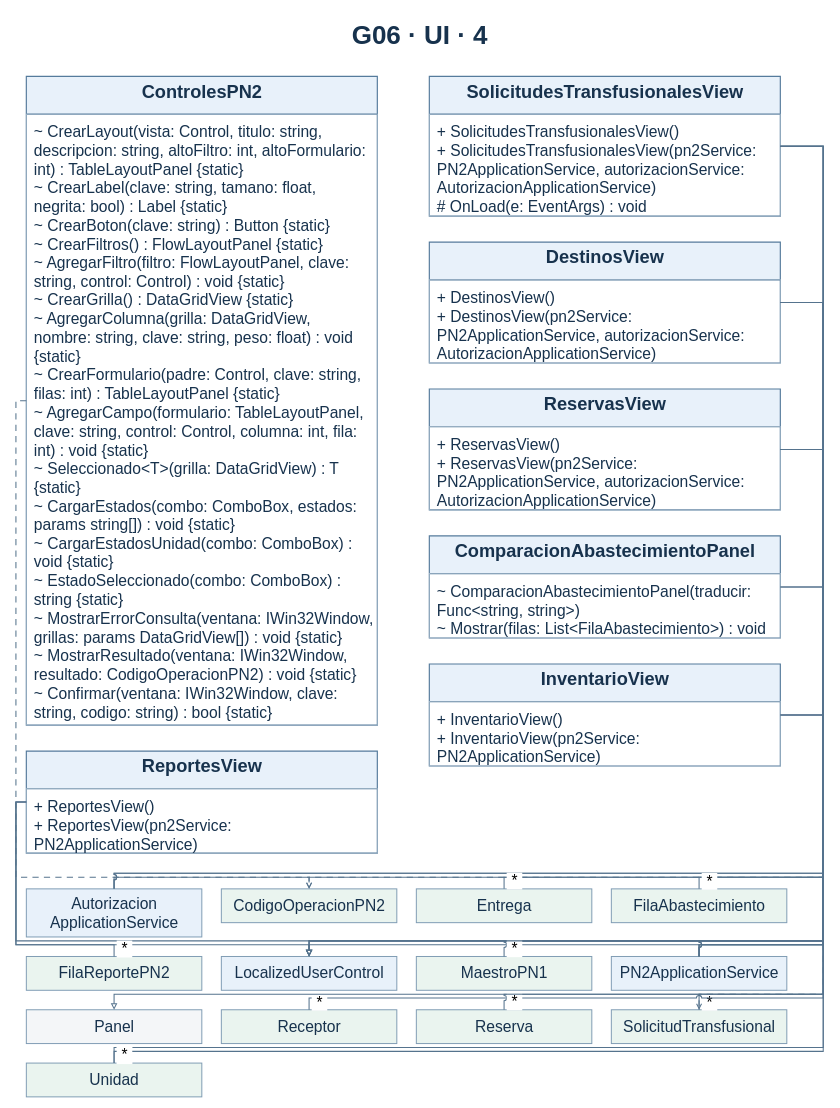
This is page "UI 4" (5 of 29) of Diagramas/Arquitectura/G06 - Clases completas por capa.drawio from juanNH/Ingenieria-de-Software, a draw.io file, before an edit. Source tidied: cells renumbered, new cells numbered last; positions are measured from the earlier drawing's top-left corner, leaving out a move shared by most shapes. Both pictures are drawn from the tidied source at 65%, with x=0, y=0 at pixel (13, 11).
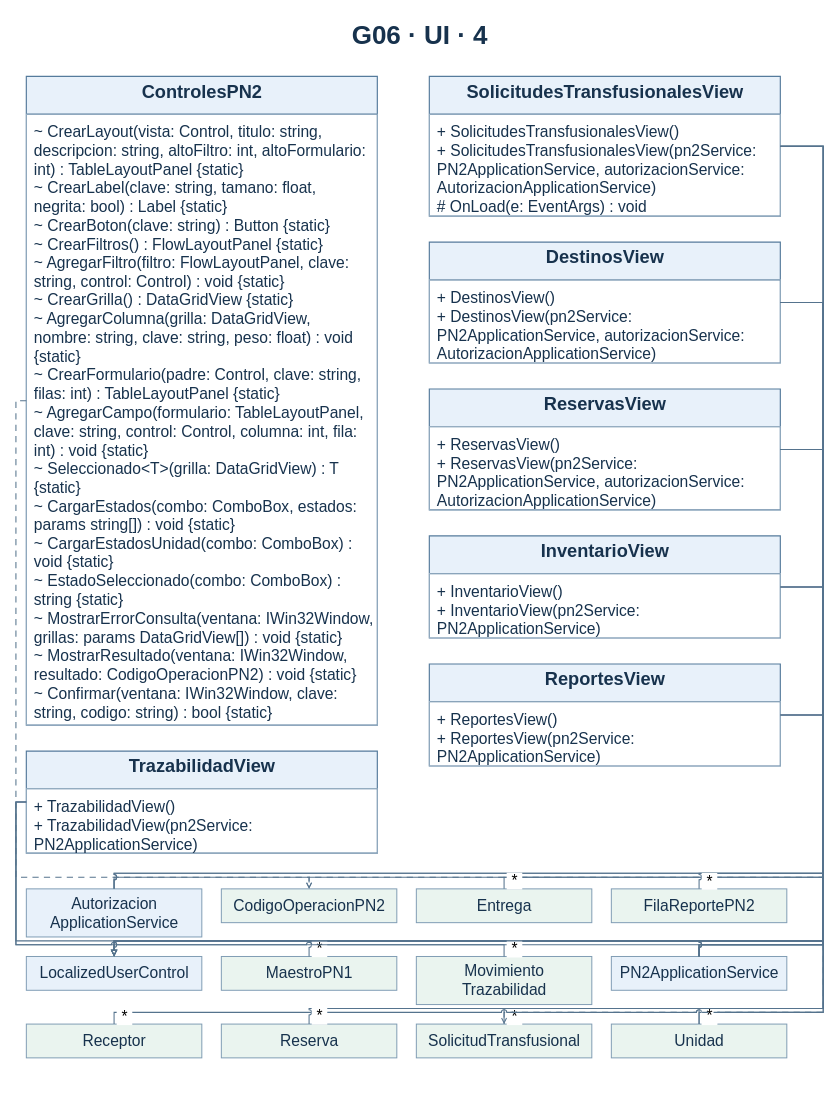
The same diagram, later.

The change refers to these unchanged cells:
```xml
<mxCell id="7" value="DestinosView" style="swimlane;horizontal=1;startSize=58;html=1;whiteSpace=nowrap;fontFamily=Arial;fontSize=28;fontStyle=1;fontColor=#17324D;strokeColor=#557B9C;strokeWidth=1.8;fillColor=#E8F1FA;swimlaneFillColor=#FFFFFF;align=center;verticalAlign=top;" parent="1" vertex="1">
  <mxGeometry x="640" y="355" width="540" height="186" as="geometry" />
</mxCell>
<mxCell id="13" value="ReservasView" style="swimlane;horizontal=1;startSize=58;html=1;whiteSpace=nowrap;fontFamily=Arial;fontSize=28;fontStyle=1;fontColor=#17324D;strokeColor=#557B9C;strokeWidth=1.8;fillColor=#E8F1FA;swimlaneFillColor=#FFFFFF;align=center;verticalAlign=top;" parent="1" vertex="1">
  <mxGeometry x="640" y="581" width="540" height="186" as="geometry" />
</mxCell>
<mxCell id="15" value="SolicitudesTransfusionalesView" style="swimlane;horizontal=1;startSize=58;html=1;whiteSpace=nowrap;fontFamily=Arial;fontSize=28;fontStyle=1;fontColor=#17324D;strokeColor=#557B9C;strokeWidth=1.8;fillColor=#E8F1FA;swimlaneFillColor=#FFFFFF;align=center;verticalAlign=top;" parent="1" vertex="1">
  <mxGeometry x="640" y="100" width="540" height="215" as="geometry" />
</mxCell>
<mxCell id="24" value="PN2ApplicationService" style="rounded=0;whiteSpace=nowrap;html=1;fontFamily=Arial;fontSize=24;fontColor=#17324D;strokeColor=#7E9BB3;strokeWidth=1.5;fillColor=#E8F1FA;align=center;verticalAlign=middle;spacing=8;" parent="1" vertex="1">
  <mxGeometry x="920" y="1454" width="270" height="52" as="geometry" />
</mxCell>
```

The edit, as a diff of the source:
```diff
@@
-    <mxCell id="3" value="ComparacionAbastecimientoPanel" style="swimlane;horizontal=1;startSize=58;html=1;whiteSpace=nowrap;fontFamily=Arial;fontSize=28;fontStyle=1;fontColor=#17324D;strokeColor=#557B9C;strokeWidth=1.8;fillColor=#E8F1FA;swimlaneFillColor=#FFFFFF;align=center;verticalAlign=top;" parent="1" vertex="1">
-      <mxGeometry x="640" y="807" width="540" height="157" as="geometry" />
-    </mxCell>
-    <mxCell id="4" value="~ ComparacionAbastecimientoPanel(traducir:&lt;br/&gt;Func&amp;lt;string, string&amp;gt;)&lt;br/&gt;~ Mostrar(filas: List&amp;lt;FilaAbastecimiento&amp;gt;) : void" style="text;strokeColor=#A7BACB;strokeWidth=1;fillColor=none;align=left;verticalAlign=top;spacingLeft=10;spacingRight=10;spacingTop=7;html=1;whiteSpace=nowrap;overflow=visible;fontFamily=Arial;fontSize=24;fontColor=#17324D;" parent="3" vertex="1">
-      <mxGeometry y="58" width="540" height="99" as="geometry" />
-    </mxCell>
@@
     <mxCell id="9" value="InventarioView" style="swimlane;horizontal=1;startSize=58;html=1;whiteSpace=nowrap;fontFamily=Arial;fontSize=28;fontStyle=1;fontColor=#17324D;strokeColor=#557B9C;strokeWidth=1.8;fillColor=#E8F1FA;swimlaneFillColor=#FFFFFF;align=center;verticalAlign=top;" parent="1" vertex="1">
-      <mxGeometry x="640" y="1004" width="540" height="157" as="geometry" />
+      <mxGeometry x="640" y="807" width="540" height="157" as="geometry" />
     </mxCell>
@@
     <mxCell id="11" value="ReportesView" style="swimlane;horizontal=1;startSize=58;html=1;whiteSpace=nowrap;fontFamily=Arial;fontSize=28;fontStyle=1;fontColor=#17324D;strokeColor=#557B9C;strokeWidth=1.8;fillColor=#E8F1FA;swimlaneFillColor=#FFFFFF;align=center;verticalAlign=top;" parent="1" vertex="1">
-      <mxGeometry x="20" y="1138" width="540" height="157" as="geometry" />
+      <mxGeometry x="640" y="1004" width="540" height="157" as="geometry" />
     </mxCell>
@@
+    <mxCell id="65" value="TrazabilidadView" style="swimlane;horizontal=1;startSize=58;html=1;whiteSpace=nowrap;fontFamily=Arial;fontSize=28;fontStyle=1;fontColor=#17324D;strokeColor=#557B9C;strokeWidth=1.8;fillColor=#E8F1FA;swimlaneFillColor=#FFFFFF;align=center;verticalAlign=top;" parent="1" vertex="1">
+      <mxGeometry x="20" y="1138" width="540" height="157" as="geometry" />
+    </mxCell>
+    <mxCell id="66" value="+ TrazabilidadView()&lt;br/&gt;+ TrazabilidadView(pn2Service:&lt;br/&gt;PN2ApplicationService)" style="text;strokeColor=#A7BACB;strokeWidth=1;fillColor=none;align=left;verticalAlign=top;spacingLeft=10;spacingRight=10;spacingTop=7;html=1;whiteSpace=nowrap;overflow=visible;fontFamily=Arial;fontSize=24;fontColor=#17324D;" parent="65" vertex="1">
+      <mxGeometry y="58" width="540" height="99" as="geometry" />
+    </mxCell>
@@
-    <mxCell id="20" value="FilaAbastecimiento" style="rounded=0;whiteSpace=nowrap;html=1;fontFamily=Arial;fontSize=24;fontColor=#17324D;strokeColor=#7E9BB3;strokeWidth=1.5;fillColor=#EAF4EF;align=center;verticalAlign=middle;spacing=8;" parent="1" vertex="1">
-      <mxGeometry x="920" y="1350" width="270" height="52" as="geometry" />
-    </mxCell>
     <mxCell id="21" value="FilaReportePN2" style="rounded=0;whiteSpace=nowrap;html=1;fontFamily=Arial;fontSize=24;fontColor=#17324D;strokeColor=#7E9BB3;strokeWidth=1.5;fillColor=#EAF4EF;align=center;verticalAlign=middle;spacing=8;" parent="1" vertex="1">
-      <mxGeometry x="20" y="1454" width="270" height="52" as="geometry" />
+      <mxGeometry x="920" y="1350" width="270" height="52" as="geometry" />
     </mxCell>
     <mxCell id="22" value="LocalizedUserControl" style="rounded=0;whiteSpace=nowrap;html=1;fontFamily=Arial;fontSize=24;fontColor=#17324D;strokeColor=#7E9BB3;strokeWidth=1.5;fillColor=#E8F1FA;align=center;verticalAlign=middle;spacing=8;" parent="1" vertex="1">
-      <mxGeometry x="320" y="1454" width="270" height="52" as="geometry" />
+      <mxGeometry x="20" y="1454" width="270" height="52" as="geometry" />
     </mxCell>
     <mxCell id="23" value="MaestroPN1" style="rounded=0;whiteSpace=nowrap;html=1;fontFamily=Arial;fontSize=24;fontColor=#17324D;strokeColor=#7E9BB3;strokeWidth=1.5;fillColor=#EAF4EF;align=center;verticalAlign=middle;spacing=8;" parent="1" vertex="1">
-      <mxGeometry x="620" y="1454" width="270" height="52" as="geometry" />
+      <mxGeometry x="320" y="1454" width="270" height="52" as="geometry" />
     </mxCell>
+    <mxCell id="67" value="Movimiento&lt;br/&gt;Trazabilidad" style="rounded=0;whiteSpace=nowrap;html=1;fontFamily=Arial;fontSize=24;fontColor=#17324D;strokeColor=#7E9BB3;strokeWidth=1.5;fillColor=#EAF4EF;align=center;verticalAlign=middle;spacing=8;" parent="1" vertex="1">
+      <mxGeometry x="620" y="1454" width="270" height="74" as="geometry" />
+    </mxCell>
@@
-    <mxCell id="25" value="Panel" style="rounded=0;whiteSpace=nowrap;html=1;fontFamily=Arial;fontSize=24;fontColor=#17324D;strokeColor=#7E9BB3;strokeWidth=1.5;fillColor=#F4F6F8;align=center;verticalAlign=middle;spacing=8;" parent="1" vertex="1">
-      <mxGeometry x="20" y="1536" width="270" height="52" as="geometry" />
-    </mxCell>
     <mxCell id="26" value="Receptor" style="rounded=0;whiteSpace=nowrap;html=1;fontFamily=Arial;fontSize=24;fontColor=#17324D;strokeColor=#7E9BB3;strokeWidth=1.5;fillColor=#EAF4EF;align=center;verticalAlign=middle;spacing=8;" parent="1" vertex="1">
-      <mxGeometry x="320" y="1536" width="270" height="52" as="geometry" />
+      <mxGeometry x="20" y="1558" width="270" height="52" as="geometry" />
     </mxCell>
     <mxCell id="27" value="Reserva" style="rounded=0;whiteSpace=nowrap;html=1;fontFamily=Arial;fontSize=24;fontColor=#17324D;strokeColor=#7E9BB3;strokeWidth=1.5;fillColor=#EAF4EF;align=center;verticalAlign=middle;spacing=8;" parent="1" vertex="1">
-      <mxGeometry x="620" y="1536" width="270" height="52" as="geometry" />
+      <mxGeometry x="320" y="1558" width="270" height="52" as="geometry" />
     </mxCell>
     <mxCell id="28" value="SolicitudTransfusional" style="rounded=0;whiteSpace=nowrap;html=1;fontFamily=Arial;fontSize=24;fontColor=#17324D;strokeColor=#7E9BB3;strokeWidth=1.5;fillColor=#EAF4EF;align=center;verticalAlign=middle;spacing=8;" parent="1" vertex="1">
-      <mxGeometry x="920" y="1536" width="270" height="52" as="geometry" />
+      <mxGeometry x="620" y="1558" width="270" height="52" as="geometry" />
     </mxCell>
     <mxCell id="29" value="Unidad" style="rounded=0;whiteSpace=nowrap;html=1;fontFamily=Arial;fontSize=24;fontColor=#17324D;strokeColor=#7E9BB3;strokeWidth=1.5;fillColor=#EAF4EF;align=center;verticalAlign=middle;spacing=8;" parent="1" vertex="1">
-      <mxGeometry x="20" y="1618" width="270" height="52" as="geometry" />
+      <mxGeometry x="920" y="1558" width="270" height="52" as="geometry" />
     </mxCell>
@@
     <mxCell id="31" style="edgeStyle=orthogonalEdgeStyle;rounded=0;html=1;strokeColor=#55738D;strokeWidth=1.6;jumpStyle=arc;jumpSize=7;fontFamily=Arial;fontSize=24;labelBackgroundColor=#FFFFFF;endArrow=block;endFill=0;exitX=1;exitY=0.5;entryX=0.5;entryY=0;" parent="1" edge="1" source="9" target="22">
       <mxGeometry relative="1" as="geometry">
         <Array as="points">
-          <mxPoint x="1246" y="1082.5" />
+          <mxPoint x="1246" y="885.5" />
           <mxPoint x="1246" y="1430" />
-          <mxPoint x="455" y="1430" />
+          <mxPoint x="155" y="1430" />
         </Array>
       </mxGeometry>
     </mxCell>
     <mxCell id="32" style="edgeStyle=orthogonalEdgeStyle;rounded=0;html=1;strokeColor=#55738D;strokeWidth=1.6;jumpStyle=arc;jumpSize=7;fontFamily=Arial;fontSize=24;labelBackgroundColor=#FFFFFF;endArrow=none;exitX=1;exitY=0.5;entryX=0.5;entryY=0;" parent="1" edge="1" source="9" target="24">
       <mxGeometry relative="1" as="geometry">
         <Array as="points">
-          <mxPoint x="1246" y="1082.5" />
+          <mxPoint x="1246" y="885.5" />
           <mxPoint x="1246" y="1436" />
           <mxPoint x="1055" y="1436" />
         </Array>
       </mxGeometry>
     </mxCell>
     <mxCell id="33" style="edgeStyle=orthogonalEdgeStyle;rounded=0;html=1;strokeColor=#55738D;strokeWidth=1.6;jumpStyle=arc;jumpSize=7;fontFamily=Arial;fontSize=24;labelBackgroundColor=#FFFFFF;endArrow=none;exitX=1;exitY=0.5;entryX=0.5;entryY=0;" parent="1" edge="1" source="9" target="29">
       <mxGeometry relative="1" as="geometry">
         <Array as="points">
-          <mxPoint x="1246" y="1082.5" />
-          <mxPoint x="1246" y="1594" />
-          <mxPoint x="155" y="1594" />
+          <mxPoint x="1246" y="885.5" />
+          <mxPoint x="1246" y="1534" />
+          <mxPoint x="1055" y="1534" />
         </Array>
       </mxGeometry>
     </mxCell>
@@
     <mxCell id="35" style="edgeStyle=orthogonalEdgeStyle;rounded=0;html=1;strokeColor=#55738D;strokeWidth=1.6;jumpStyle=arc;jumpSize=7;fontFamily=Arial;fontSize=24;labelBackgroundColor=#FFFFFF;endArrow=block;endFill=0;exitX=1;exitY=0.5;entryX=0.5;entryY=0;" parent="1" edge="1" source="15" target="22">
       <mxGeometry relative="1" as="geometry">
         <Array as="points">
           <mxPoint x="1246" y="207.5" />
           <mxPoint x="1246" y="1436" />
-          <mxPoint x="455" y="1436" />
+          <mxPoint x="155" y="1436" />
         </Array>
       </mxGeometry>
     </mxCell>
@@
     <mxCell id="38" style="edgeStyle=orthogonalEdgeStyle;rounded=0;html=1;strokeColor=#55738D;strokeWidth=1.6;jumpStyle=arc;jumpSize=7;fontFamily=Arial;fontSize=24;labelBackgroundColor=#FFFFFF;endArrow=none;exitX=1;exitY=0.5;entryX=0.5;entryY=0;" parent="1" edge="1" source="15" target="28">
       <mxGeometry relative="1" as="geometry">
         <Array as="points">
           <mxPoint x="1246" y="207.5" />
-          <mxPoint x="1246" y="1512" />
-          <mxPoint x="1055" y="1512" />
+          <mxPoint x="1246" y="1534" />
+          <mxPoint x="755" y="1534" />
         </Array>
       </mxGeometry>
     </mxCell>
@@
     <mxCell id="40" style="edgeStyle=orthogonalEdgeStyle;rounded=0;html=1;strokeColor=#55738D;strokeWidth=1.6;jumpStyle=arc;jumpSize=7;fontFamily=Arial;fontSize=24;labelBackgroundColor=#FFFFFF;endArrow=none;exitX=1;exitY=0.5;entryX=0.5;entryY=0;" parent="1" edge="1" source="15" target="26">
       <mxGeometry relative="1" as="geometry">
         <Array as="points">
           <mxPoint x="1246" y="207.5" />
-          <mxPoint x="1246" y="1518" />
-          <mxPoint x="455" y="1518" />
+          <mxPoint x="1246" y="1540" />
+          <mxPoint x="155" y="1540" />
         </Array>
       </mxGeometry>
     </mxCell>
@@
     <mxCell id="42" style="edgeStyle=orthogonalEdgeStyle;rounded=0;html=1;strokeColor=#55738D;strokeWidth=1.6;jumpStyle=arc;jumpSize=7;fontFamily=Arial;fontSize=24;labelBackgroundColor=#FFFFFF;endArrow=block;endFill=0;exitX=1;exitY=0.5;entryX=0.5;entryY=0;" parent="1" edge="1" source="13" target="22">
       <mxGeometry relative="1" as="geometry">
         <Array as="points">
           <mxPoint x="1246" y="674" />
           <mxPoint x="1246" y="1430" />
-          <mxPoint x="455" y="1430" />
+          <mxPoint x="155" y="1430" />
         </Array>
       </mxGeometry>
     </mxCell>
@@
     <mxCell id="45" style="edgeStyle=orthogonalEdgeStyle;rounded=0;html=1;strokeColor=#55738D;strokeWidth=1.6;jumpStyle=arc;jumpSize=7;fontFamily=Arial;fontSize=24;labelBackgroundColor=#FFFFFF;endArrow=none;exitX=1;exitY=0.5;entryX=0.5;entryY=0;" parent="1" edge="1" source="13" target="29">
       <mxGeometry relative="1" as="geometry">
         <Array as="points">
           <mxPoint x="1246" y="674" />
-          <mxPoint x="1246" y="1600" />
-          <mxPoint x="155" y="1600" />
+          <mxPoint x="1246" y="1540" />
+          <mxPoint x="1055" y="1540" />
         </Array>
       </mxGeometry>
     </mxCell>
@@
     <mxCell id="47" style="edgeStyle=orthogonalEdgeStyle;rounded=0;html=1;strokeColor=#55738D;strokeWidth=1.6;jumpStyle=arc;jumpSize=7;fontFamily=Arial;fontSize=24;labelBackgroundColor=#FFFFFF;endArrow=none;exitX=1;exitY=0.5;entryX=0.5;entryY=0;" parent="1" edge="1" source="13" target="27">
       <mxGeometry relative="1" as="geometry">
         <Array as="points">
           <mxPoint x="1246" y="674" />
-          <mxPoint x="1246" y="1512" />
-          <mxPoint x="755" y="1512" />
+          <mxPoint x="1246" y="1534" />
+          <mxPoint x="455" y="1534" />
         </Array>
       </mxGeometry>
     </mxCell>
@@
     <mxCell id="50" style="edgeStyle=orthogonalEdgeStyle;rounded=0;html=1;strokeColor=#55738D;strokeWidth=1.6;jumpStyle=arc;jumpSize=7;fontFamily=Arial;fontSize=24;labelBackgroundColor=#FFFFFF;endArrow=block;endFill=0;exitX=1;exitY=0.5;entryX=0.5;entryY=0;" parent="1" edge="1" source="7" target="22">
       <mxGeometry relative="1" as="geometry">
         <Array as="points">
           <mxPoint x="1246" y="448" />
           <mxPoint x="1246" y="1430" />
-          <mxPoint x="455" y="1430" />
+          <mxPoint x="155" y="1430" />
         </Array>
       </mxGeometry>
     </mxCell>
@@
     <mxCell id="55" style="edgeStyle=orthogonalEdgeStyle;rounded=0;html=1;strokeColor=#55738D;strokeWidth=1.6;jumpStyle=arc;jumpSize=7;fontFamily=Arial;fontSize=24;labelBackgroundColor=#FFFFFF;endArrow=none;exitX=1;exitY=0.5;entryX=0.5;entryY=0;" parent="1" edge="1" source="7" target="23">
       <mxGeometry relative="1" as="geometry">
         <Array as="points">
           <mxPoint x="1246" y="448" />
           <mxPoint x="1246" y="1430" />
-          <mxPoint x="755" y="1430" />
+          <mxPoint x="455" y="1430" />
         </Array>
       </mxGeometry>
     </mxCell>
@@
+    <mxCell id="68" style="edgeStyle=orthogonalEdgeStyle;rounded=0;html=1;strokeColor=#55738D;strokeWidth=1.6;jumpStyle=arc;jumpSize=7;fontFamily=Arial;fontSize=24;labelBackgroundColor=#FFFFFF;endArrow=block;endFill=0;exitX=0;exitY=0.5;entryX=0.5;entryY=0;" parent="1" edge="1" source="65" target="22">
+      <mxGeometry relative="1" as="geometry">
+        <Array as="points">
+          <mxPoint x="4" y="1216.5" />
+          <mxPoint x="4" y="1436" />
+          <mxPoint x="155" y="1436" />
+        </Array>
+      </mxGeometry>
+    </mxCell>
+    <mxCell id="69" style="edgeStyle=orthogonalEdgeStyle;rounded=0;html=1;strokeColor=#55738D;strokeWidth=1.6;jumpStyle=arc;jumpSize=7;fontFamily=Arial;fontSize=24;labelBackgroundColor=#FFFFFF;endArrow=none;exitX=0;exitY=0.5;entryX=0.5;entryY=0;" parent="1" edge="1" source="65" target="24">
+      <mxGeometry relative="1" as="geometry">
+        <Array as="points">
+          <mxPoint x="4" y="1216.5" />
+          <mxPoint x="4" y="1430" />
+          <mxPoint x="1055" y="1430" />
+        </Array>
+      </mxGeometry>
+    </mxCell>
+    <mxCell id="70" style="edgeStyle=orthogonalEdgeStyle;rounded=0;html=1;strokeColor=#55738D;strokeWidth=1.6;jumpStyle=arc;jumpSize=7;fontFamily=Arial;fontSize=24;labelBackgroundColor=#FFFFFF;endArrow=none;exitX=0;exitY=0.5;entryX=0.5;entryY=0;" parent="1" edge="1" source="65" target="67">
+      <mxGeometry relative="1" as="geometry">
+        <Array as="points">
+          <mxPoint x="4" y="1216.5" />
+          <mxPoint x="4" y="1436" />
+          <mxPoint x="755" y="1436" />
+        </Array>
+      </mxGeometry>
+    </mxCell>
+    <mxCell id="63" value="*" style="text;html=1;fontSize=24;fontFamily=Arial;strokeColor=none;fillColor=#FFFFFF;align=center;verticalAlign=middle;" parent="70" vertex="1">
+      <mxGeometry x="1" width="24" height="26" relative="1" as="geometry">
+        <mxPoint x="4" y="-25" as="offset" />
+      </mxGeometry>
+    </mxCell>
-    <mxCell id="57" style="edgeStyle=orthogonalEdgeStyle;rounded=0;html=1;strokeColor=#55738D;strokeWidth=1.6;jumpStyle=arc;jumpSize=7;fontFamily=Arial;fontSize=24;labelBackgroundColor=#FFFFFF;endArrow=block;endFill=0;exitX=0;exitY=0.5;entryX=0.5;entryY=0;" parent="1" edge="1" source="11" target="22">
+    <mxCell id="57" style="edgeStyle=orthogonalEdgeStyle;rounded=0;html=1;strokeColor=#55738D;strokeWidth=1.6;jumpStyle=arc;jumpSize=7;fontFamily=Arial;fontSize=24;labelBackgroundColor=#FFFFFF;endArrow=block;endFill=0;exitX=1;exitY=0.5;entryX=0.5;entryY=0;" parent="1" edge="1" source="11" target="22">
       <mxGeometry relative="1" as="geometry">
         <Array as="points">
-          <mxPoint x="4" y="1216.5" />
-          <mxPoint x="4" y="1436" />
-          <mxPoint x="455" y="1436" />
+          <mxPoint x="1246" y="1082.5" />
+          <mxPoint x="1246" y="1430" />
+          <mxPoint x="155" y="1430" />
         </Array>
       </mxGeometry>
     </mxCell>
-    <mxCell id="58" style="edgeStyle=orthogonalEdgeStyle;rounded=0;html=1;strokeColor=#55738D;strokeWidth=1.6;jumpStyle=arc;jumpSize=7;fontFamily=Arial;fontSize=24;labelBackgroundColor=#FFFFFF;endArrow=none;exitX=0;exitY=0.5;entryX=0.5;entryY=0;" parent="1" edge="1" source="11" target="24">
+    <mxCell id="58" style="edgeStyle=orthogonalEdgeStyle;rounded=0;html=1;strokeColor=#55738D;strokeWidth=1.6;jumpStyle=arc;jumpSize=7;fontFamily=Arial;fontSize=24;labelBackgroundColor=#FFFFFF;endArrow=none;exitX=1;exitY=0.5;entryX=0.5;entryY=0;" parent="1" edge="1" source="11" target="24">
       <mxGeometry relative="1" as="geometry">
         <Array as="points">
-          <mxPoint x="4" y="1216.5" />
-          <mxPoint x="4" y="1430" />
-          <mxPoint x="1055" y="1430" />
+          <mxPoint x="1246" y="1082.5" />
+          <mxPoint x="1246" y="1436" />
+          <mxPoint x="1055" y="1436" />
         </Array>
       </mxGeometry>
     </mxCell>
-    <mxCell id="59" style="edgeStyle=orthogonalEdgeStyle;rounded=0;html=1;strokeColor=#55738D;strokeWidth=1.6;jumpStyle=arc;jumpSize=7;fontFamily=Arial;fontSize=24;labelBackgroundColor=#FFFFFF;endArrow=none;exitX=0;exitY=0.5;entryX=0.5;entryY=0;" parent="1" edge="1" source="11" target="21">
+    <mxCell id="59" style="edgeStyle=orthogonalEdgeStyle;rounded=0;html=1;strokeColor=#55738D;strokeWidth=1.6;jumpStyle=arc;jumpSize=7;fontFamily=Arial;fontSize=24;labelBackgroundColor=#FFFFFF;endArrow=none;exitX=1;exitY=0.5;entryX=0.5;entryY=0;" parent="1" edge="1" source="11" target="21">
       <mxGeometry relative="1" as="geometry">
         <Array as="points">
-          <mxPoint x="4" y="1216.5" />
-          <mxPoint x="4" y="1436" />
-          <mxPoint x="155" y="1436" />
+          <mxPoint x="1246" y="1082.5" />
+          <mxPoint x="1246" y="1326" />
+          <mxPoint x="1055" y="1326" />
         </Array>
       </mxGeometry>
     </mxCell>
@@
-    <mxCell id="61" style="edgeStyle=orthogonalEdgeStyle;rounded=0;html=1;strokeColor=#55738D;strokeWidth=1.6;jumpStyle=arc;jumpSize=7;fontFamily=Arial;fontSize=24;labelBackgroundColor=#FFFFFF;endArrow=block;endFill=0;exitX=1;exitY=0.5;entryX=0.5;entryY=0;" parent="1" edge="1" source="3" target="25">
-      <mxGeometry relative="1" as="geometry">
-        <Array as="points">
-          <mxPoint x="1246" y="885.5" />
-          <mxPoint x="1246" y="1512" />
-          <mxPoint x="155" y="1512" />
-        </Array>
-      </mxGeometry>
-    </mxCell>
-    <mxCell id="62" style="edgeStyle=orthogonalEdgeStyle;rounded=0;html=1;strokeColor=#55738D;strokeWidth=1.6;jumpStyle=arc;jumpSize=7;fontFamily=Arial;fontSize=24;labelBackgroundColor=#FFFFFF;endArrow=none;exitX=1;exitY=0.5;entryX=0.5;entryY=0;" parent="1" edge="1" source="3" target="20">
-      <mxGeometry relative="1" as="geometry">
-        <Array as="points">
-          <mxPoint x="1246" y="885.5" />
-          <mxPoint x="1246" y="1332" />
-          <mxPoint x="1055" y="1332" />
-        </Array>
-      </mxGeometry>
-    </mxCell>
-    <mxCell id="63" value="*" style="text;html=1;fontSize=24;fontFamily=Arial;strokeColor=none;fillColor=#FFFFFF;align=center;verticalAlign=middle;" parent="62" vertex="1">
-      <mxGeometry x="1" width="24" height="26" relative="1" as="geometry">
-        <mxPoint x="4" y="-25" as="offset" />
-      </mxGeometry>
-    </mxCell>
     <mxCell id="64" style="edgeStyle=orthogonalEdgeStyle;rounded=0;html=1;strokeColor=#55738D;strokeWidth=1.6;jumpStyle=arc;jumpSize=7;fontFamily=Arial;fontSize=24;labelBackgroundColor=#FFFFFF;endArrow=open;endFill=0;dashed=1;dashPattern=6 5;exitX=1;exitY=0.5;entryX=0.5;entryY=0;" parent="1" edge="1" source="13" target="28">
       <mxGeometry relative="1" as="geometry">
         <Array as="points">
           <mxPoint x="1246" y="674" />
-          <mxPoint x="1246" y="1512" />
-          <mxPoint x="1055" y="1512" />
+          <mxPoint x="1246" y="1540" />
+          <mxPoint x="755" y="1540" />
         </Array>
       </mxGeometry>
     </mxCell>
```
